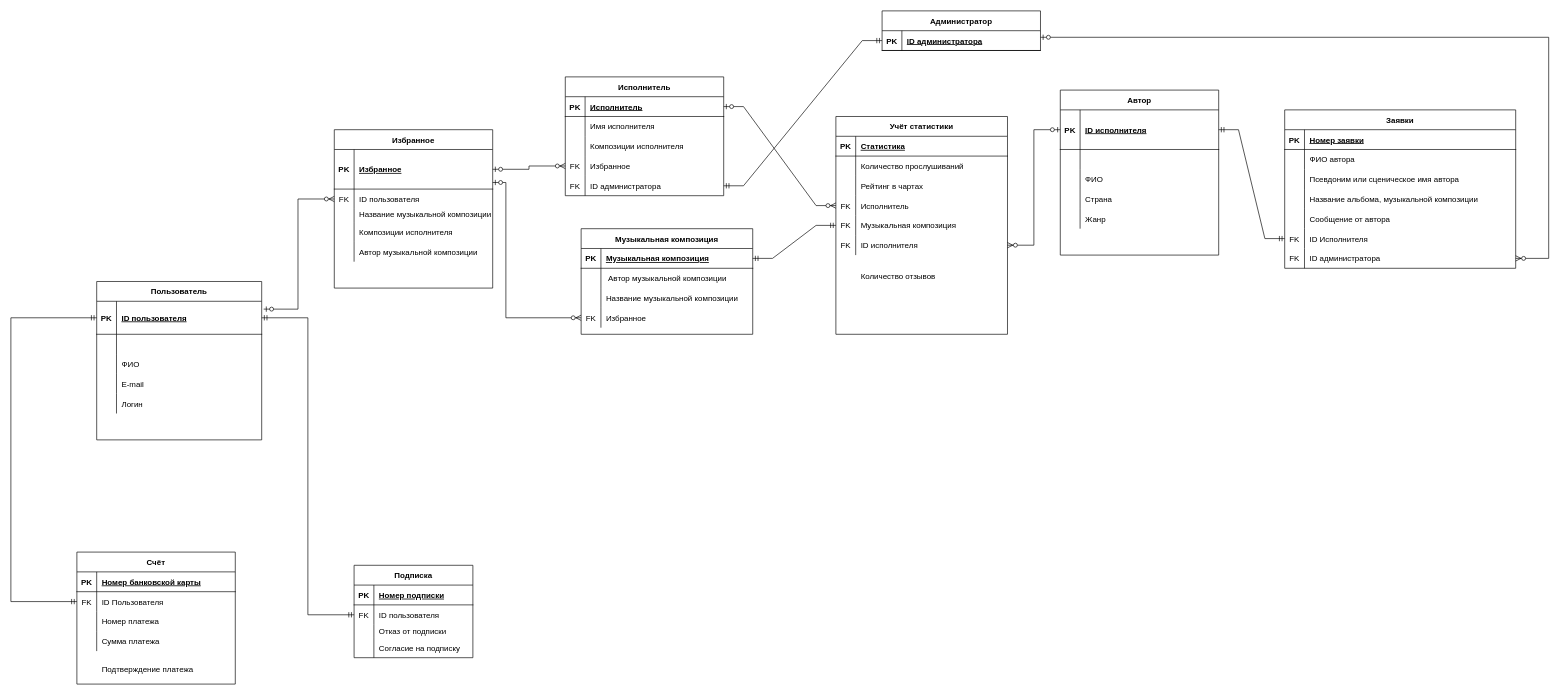
Earlier version of the draw.io diagram ER_MusicLibrary.drawio (Arina-Skildeeva/Description-). Source tidied: cells renumbered, new cells numbered last; positions are measured from the earlier drawing's top-left corner, leaving out a move shared by most shapes. Both pictures are drawn from the tidied source at 66%, with x=0, y=0 at pixel (11, 11).
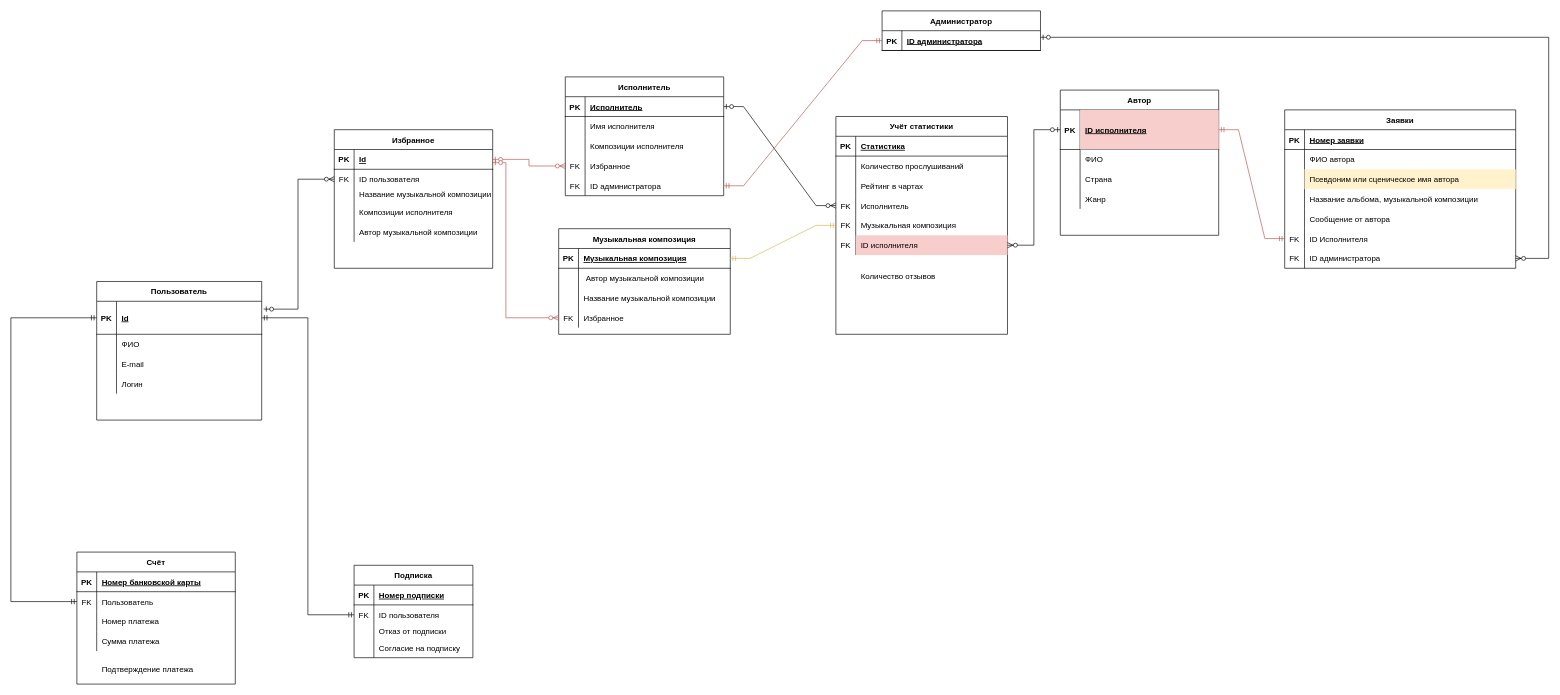
The same page after the edit.

The change refers to these unchanged cells:
```xml
<mxCell id="38" style="shape=partialRectangle;fillColor=none;top=0;left=0;bottom=0;right=0;" parent="31" vertex="1">
  <mxGeometry y="90" width="350" height="30" as="geometry" />
</mxCell>
<mxCell id="47" style="shape=partialRectangle;fillColor=none;top=0;left=0;bottom=0;right=0;points=[[0,0.5],[1,0.5]];portConstraint=eastwest;" parent="31" vertex="1">
  <mxGeometry y="180" width="350" height="30" as="geometry" />
</mxCell>
<mxCell id="63" style="shape=partialRectangle;fillColor=none;top=0;left=0;bottom=0;right=0;points=[[0,0.5],[1,0.5]];portConstraint=eastwest;" parent="53" vertex="1">
  <mxGeometry y="120" width="240" height="30" as="geometry" />
</mxCell>
<mxCell id="66" style="shape=partialRectangle;fillColor=none;top=0;left=0;bottom=0;right=0;points=[[0,0.5],[1,0.5]];portConstraint=eastwest;" parent="53" vertex="1">
  <mxGeometry y="150" width="240" height="30" as="geometry" />
</mxCell>
<mxCell id="70" style="shape=partialRectangle;fillColor=none;top=0;left=0;bottom=1;right=0;points=[[0,0.5],[1,0.5]];portConstraint=eastwest;" parent="69" vertex="1">
  <mxGeometry y="30" width="260" height="30" as="geometry" />
</mxCell>
<mxCell id="79" style="shape=partialRectangle;fillColor=none;top=0;left=0;bottom=0;right=0;points=[[0,0.5],[1,0.5]];portConstraint=eastwest;" parent="69" vertex="1">
  <mxGeometry y="120" width="260" height="30" as="geometry" />
</mxCell>
<mxCell id="87" style="shape=partialRectangle;fillColor=none;top=0;left=0;bottom=0;right=0;points=[[0,0.5],[1,0.5]];portConstraint=eastwest;" parent="83" vertex="1">
  <mxGeometry y="60" width="240" height="30" as="geometry" />
</mxCell>
<mxCell id="100" style="shape=partialRectangle;fillColor=none;top=0;left=0;bottom=1;right=0;points=[[0,0.5],[1,0.5]];portConstraint=eastwest;" parent="99" vertex="1">
  <mxGeometry y="30" width="240" height="60" as="geometry" />
</mxCell>
<mxCell id="116" style="shape=partialRectangle;fillColor=none;top=0;left=0;bottom=1;right=0;points=[[0,0.5],[1,0.5]];portConstraint=eastwest;" parent="115" vertex="1">
  <mxGeometry y="30" width="250" height="50" as="geometry" />
</mxCell>
<mxCell id="132" style="shape=partialRectangle;fillColor=none;top=0;left=0;bottom=1;right=0;points=[[0,0.5],[1,0.5]];portConstraint=eastwest;" parent="131" vertex="1">
  <mxGeometry y="30" width="240" height="30" as="geometry" />
</mxCell>
<mxCell id="149" style="shape=partialRectangle;fillColor=none;top=0;left=0;bottom=0;right=0;points=[[0,0.5],[1,0.5]];portConstraint=eastwest;" parent="136" vertex="1">
  <mxGeometry y="150" width="260" height="30" as="geometry" />
</mxCell>
<mxCell id="152" style="shape=partialRectangle;fillColor=none;top=0;left=0;bottom=0;right=0;points=[[0,0.5],[1,0.5]];portConstraint=eastwest;" parent="136" vertex="1">
  <mxGeometry y="180" width="260" height="30" as="geometry" />
</mxCell>
```

What changed in the source:
```diff
@@
     <mxCell id="15" value="Избранное" style="shape=table;startSize=30;childLayout=tableLayout;rowLines=0;fontStyle=1;align=center;" parent="1" vertex="1">
-      <mxGeometry x="490" y="180" width="240" height="240" as="geometry" />
+      <mxGeometry x="490" y="180" width="240" height="210" as="geometry" />
     </mxCell>
     <mxCell id="16" style="shape=partialRectangle;fillColor=none;top=0;left=0;bottom=1;right=0;points=[[0,0.5],[1,0.5]];portConstraint=eastwest;" parent="15" vertex="1">
-      <mxGeometry y="30" width="240" height="60" as="geometry" />
+      <mxGeometry y="30" width="240" height="30" as="geometry" />
     </mxCell>
     <mxCell id="17" value="PK" style="shape=partialRectangle;fillColor=none;top=0;left=0;bottom=0;right=0;fontStyle=1;overflow=hidden;" parent="16" vertex="1">
-      <mxGeometry width="30" height="60" as="geometry" />
+      <mxGeometry width="30" height="30" as="geometry" />
     </mxCell>
-    <mxCell id="18" value="Избранное" style="shape=partialRectangle;fillColor=none;top=0;left=0;bottom=0;right=0;align=left;spacingLeft=6;fontStyle=5;overflow=hidden;" parent="16" vertex="1">
-      <mxGeometry x="30" width="210" height="60" as="geometry" />
+    <mxCell id="18" value="Id" style="shape=partialRectangle;fillColor=none;top=0;left=0;bottom=0;right=0;align=left;spacingLeft=6;fontStyle=5;overflow=hidden;" parent="16" vertex="1">
+      <mxGeometry x="30" width="210" height="30" as="geometry" />
     </mxCell>
     <mxCell id="19" style="shape=partialRectangle;fillColor=none;top=0;left=0;bottom=0;right=0;points=[[0,0.5],[1,0.5]];portConstraint=eastwest;" parent="15" vertex="1">
-      <mxGeometry y="90" width="240" height="30" as="geometry" />
+      <mxGeometry y="60" width="240" height="30" as="geometry" />
     </mxCell>
@@
     <mxCell id="22" style="shape=partialRectangle;fillColor=none;top=0;left=0;bottom=0;right=0;" parent="15" vertex="1">
-      <mxGeometry y="120" width="240" height="20" as="geometry" />
+      <mxGeometry y="90" width="240" height="20" as="geometry" />
     </mxCell>
@@
     <mxCell id="25" style="shape=partialRectangle;fillColor=none;top=0;left=0;bottom=0;right=0;" parent="15" vertex="1">
-      <mxGeometry y="140" width="240" height="30" as="geometry" />
+      <mxGeometry y="110" width="240" height="30" as="geometry" />
     </mxCell>
@@
     <mxCell id="28" style="shape=partialRectangle;fillColor=none;top=0;left=0;bottom=0;right=0;" parent="15" vertex="1">
-      <mxGeometry y="170" width="240" height="30" as="geometry" />
+      <mxGeometry y="140" width="240" height="30" as="geometry" />
     </mxCell>
@@
-    <mxCell id="40" value="Псевдоним или сценическое имя автора" style="shape=partialRectangle;fillColor=none;top=0;left=0;bottom=0;right=0;align=left;spacingLeft=6;overflow=hidden;" parent="38" vertex="1">
+    <mxCell id="40" value="Псевдоним или сценическое имя автора" style="shape=partialRectangle;fillColor=#fff2cc;top=0;left=0;bottom=0;right=0;align=left;spacingLeft=6;overflow=hidden;strokeColor=#d6b656;" parent="38" vertex="1">
       <mxGeometry x="30" width="320" height="30" as="geometry" />
     </mxCell>
@@
     <mxCell id="69" value="Музыкальная композиция" style="shape=table;startSize=30;childLayout=tableLayout;rowLines=0;fontStyle=1;align=center;" parent="1" vertex="1">
-      <mxGeometry x="864" y="330" width="260" height="160" as="geometry" />
+      <mxGeometry x="830" y="330" width="260" height="160" as="geometry" />
     </mxCell>
@@
-    <mxCell id="89" value="ID Пользователя" style="shape=partialRectangle;fillColor=none;top=0;left=0;bottom=0;right=0;align=left;spacingLeft=6;overflow=hidden;" parent="87" vertex="1">
+    <mxCell id="89" value="Пользователь" style="shape=partialRectangle;fillColor=none;top=0;left=0;bottom=0;right=0;align=left;spacingLeft=6;overflow=hidden;" parent="87" vertex="1">
       <mxGeometry x="30" width="210" height="30" as="geometry" />
     </mxCell>
@@
     <mxCell id="99" value="Автор" style="shape=table;startSize=30;childLayout=tableLayout;rowLines=0;fontStyle=1;align=center;" parent="1" vertex="1">
-      <mxGeometry x="1590" y="120" width="240" height="250" as="geometry" />
+      <mxGeometry x="1590" y="120" width="240" height="220" as="geometry" />
     </mxCell>
@@
-    <mxCell id="102" value="ID исполнителя" style="shape=partialRectangle;fillColor=none;top=0;left=0;bottom=0;right=0;align=left;spacingLeft=6;fontStyle=5;overflow=hidden;" parent="100" vertex="1">
+    <mxCell id="102" value="ID исполнителя" style="shape=partialRectangle;fillColor=#f8cecc;top=0;left=0;bottom=0;right=0;align=left;spacingLeft=6;fontStyle=5;overflow=hidden;strokeColor=#b85450;" parent="100" vertex="1">
       <mxGeometry x="30" width="210" height="60" as="geometry" />
     </mxCell>
-    <mxCell id="103" style="shape=partialRectangle;fillColor=none;top=0;left=0;bottom=0;right=0;" parent="99" vertex="1">
-      <mxGeometry y="90" width="240" height="30" as="geometry" />
-    </mxCell>
-    <mxCell id="104" style="shape=partialRectangle;fillColor=none;top=0;left=0;bottom=0;right=0;overflow=hidden;" parent="103" vertex="1">
-      <mxGeometry width="30" height="30" as="geometry" />
-    </mxCell>
-    <mxCell id="105" style="shape=partialRectangle;fillColor=none;top=0;left=0;bottom=0;right=0;align=left;spacingLeft=6;overflow=hidden;" parent="103" vertex="1">
-      <mxGeometry x="30" width="210" height="30" as="geometry" />
-    </mxCell>
     <mxCell id="106" style="shape=partialRectangle;fillColor=none;top=0;left=0;bottom=0;right=0;" parent="99" vertex="1">
-      <mxGeometry y="120" width="240" height="30" as="geometry" />
+      <mxGeometry y="90" width="240" height="30" as="geometry" />
     </mxCell>
@@
     <mxCell id="109" style="shape=partialRectangle;fillColor=none;top=0;left=0;bottom=0;right=0;" parent="99" vertex="1">
-      <mxGeometry y="150" width="240" height="30" as="geometry" />
+      <mxGeometry y="120" width="240" height="30" as="geometry" />
     </mxCell>
@@
     <mxCell id="112" style="shape=partialRectangle;fillColor=none;top=0;left=0;bottom=0;right=0;" parent="99" vertex="1">
-      <mxGeometry y="180" width="240" height="30" as="geometry" />
+      <mxGeometry y="150" width="240" height="30" as="geometry" />
     </mxCell>
@@
     <mxCell id="115" value="Пользователь" style="shape=table;startSize=30;childLayout=tableLayout;rowLines=0;fontStyle=1;align=center;" parent="1" vertex="1">
-      <mxGeometry x="130" y="410" width="250" height="240" as="geometry" />
+      <mxGeometry x="130" y="410" width="250" height="210" as="geometry" />
     </mxCell>
@@
-    <mxCell id="118" value="ID пользователя" style="shape=partialRectangle;fillColor=none;top=0;left=0;bottom=0;right=0;align=left;spacingLeft=6;fontStyle=5;overflow=hidden;" parent="116" vertex="1">
+    <mxCell id="118" value="Id" style="shape=partialRectangle;fillColor=none;top=0;left=0;bottom=0;right=0;align=left;spacingLeft=6;fontStyle=5;overflow=hidden;" parent="116" vertex="1">
       <mxGeometry x="30" width="220" height="50" as="geometry" />
     </mxCell>
-    <mxCell id="119" style="shape=partialRectangle;fillColor=none;top=0;left=0;bottom=0;right=0;" parent="115" vertex="1">
-      <mxGeometry y="80" width="250" height="30" as="geometry" />
-    </mxCell>
-    <mxCell id="120" style="shape=partialRectangle;fillColor=none;top=0;left=0;bottom=0;right=0;overflow=hidden;" parent="119" vertex="1">
-      <mxGeometry width="30" height="30" as="geometry" />
-    </mxCell>
-    <mxCell id="121" style="shape=partialRectangle;fillColor=none;top=0;left=0;bottom=0;right=0;align=left;spacingLeft=6;overflow=hidden;" parent="119" vertex="1">
-      <mxGeometry x="30" width="220" height="30" as="geometry" />
-    </mxCell>
     <mxCell id="122" style="shape=partialRectangle;fillColor=none;top=0;left=0;bottom=0;right=0;" parent="115" vertex="1">
-      <mxGeometry y="110" width="250" height="30" as="geometry" />
+      <mxGeometry y="80" width="250" height="30" as="geometry" />
     </mxCell>
@@
     <mxCell id="125" style="shape=partialRectangle;fillColor=none;top=0;left=0;bottom=0;right=0;" parent="115" vertex="1">
-      <mxGeometry y="140" width="250" height="30" as="geometry" />
+      <mxGeometry y="110" width="250" height="30" as="geometry" />
     </mxCell>
@@
     <mxCell id="128" style="shape=partialRectangle;fillColor=none;top=0;left=0;bottom=0;right=0;" parent="115" vertex="1">
-      <mxGeometry y="170" width="250" height="30" as="geometry" />
+      <mxGeometry y="140" width="250" height="30" as="geometry" />
     </mxCell>
@@
-    <mxCell id="154" value="ID исполнителя" style="shape=partialRectangle;fillColor=none;top=0;left=0;bottom=0;right=0;align=left;spacingLeft=6;fontStyle=0;overflow=hidden;" parent="152" vertex="1">
+    <mxCell id="154" value="ID исполнителя" style="shape=partialRectangle;fillColor=#f8cecc;top=0;left=0;bottom=0;right=0;align=left;spacingLeft=6;fontStyle=0;overflow=hidden;strokeColor=#b85450;" parent="152" vertex="1">
       <mxGeometry x="30" width="230" height="30" as="geometry" />
     </mxCell>
@@
-    <mxCell id="161" style="edgeStyle=orthogonalEdgeStyle;fontSize=12;html=1;endArrow=ERzeroToMany;startArrow=ERzeroToOne;rounded=0;" parent="1" edge="1" source="16" target="63">
+    <mxCell id="161" style="edgeStyle=orthogonalEdgeStyle;fontSize=12;html=1;endArrow=ERzeroToMany;startArrow=ERzeroToOne;rounded=0;fillColor=#f8cecc;strokeColor=#b85450;" parent="1" edge="1" source="16" target="63">
       <mxGeometry relative="1" as="geometry" />
     </mxCell>
-    <mxCell id="162" style="edgeStyle=orthogonalEdgeStyle;fontSize=12;html=1;endArrow=ERzeroToMany;startArrow=ERzeroToOne;rounded=0;" parent="1" edge="1" source="16" target="79">
+    <mxCell id="162" style="edgeStyle=orthogonalEdgeStyle;fontSize=12;html=1;endArrow=ERzeroToMany;startArrow=ERzeroToOne;rounded=0;fillColor=#f8cecc;strokeColor=#b85450;" parent="1" edge="1" source="16" target="79">
       <mxGeometry relative="1" as="geometry">
         <Array as="points">
-          <mxPoint x="750" y="260" />
+          <mxPoint x="750" y="230" />
           <mxPoint x="750" y="465" />
         </Array>
       </mxGeometry>
     </mxCell>
-    <mxCell id="163" style="edgeStyle=entityRelationEdgeStyle;fontSize=12;html=1;endArrow=ERmandOne;startArrow=ERmandOne;rounded=0;" parent="1" edge="1" source="70" target="149">
+    <mxCell id="163" style="edgeStyle=entityRelationEdgeStyle;fontSize=12;html=1;endArrow=ERmandOne;startArrow=ERmandOne;rounded=0;fillColor=#fff2cc;strokeColor=#d6b656;" parent="1" edge="1" source="70" target="149">
       <mxGeometry relative="1" as="geometry" />
     </mxCell>
@@
-    <mxCell id="166" style="edgeStyle=entityRelationEdgeStyle;fontSize=12;html=1;endArrow=ERmandOne;startArrow=ERmandOne;rounded=0;" parent="1" edge="1" source="100" target="47">
+    <mxCell id="166" style="edgeStyle=entityRelationEdgeStyle;fontSize=12;html=1;endArrow=ERmandOne;startArrow=ERmandOne;rounded=0;fillColor=#f8cecc;strokeColor=#b85450;" parent="1" edge="1" source="100" target="47">
       <mxGeometry relative="1" as="geometry" />
     </mxCell>
-    <mxCell id="167" style="edgeStyle=entityRelationEdgeStyle;fontSize=12;html=1;endArrow=ERmandOne;startArrow=ERmandOne;rounded=0;" parent="1" edge="1" source="66" target="132">
+    <mxCell id="167" style="edgeStyle=entityRelationEdgeStyle;fontSize=12;html=1;endArrow=ERmandOne;startArrow=ERmandOne;rounded=0;fillColor=#f8cecc;strokeColor=#b85450;" parent="1" edge="1" source="66" target="132">
       <mxGeometry relative="1" as="geometry" />
     </mxCell>
```
